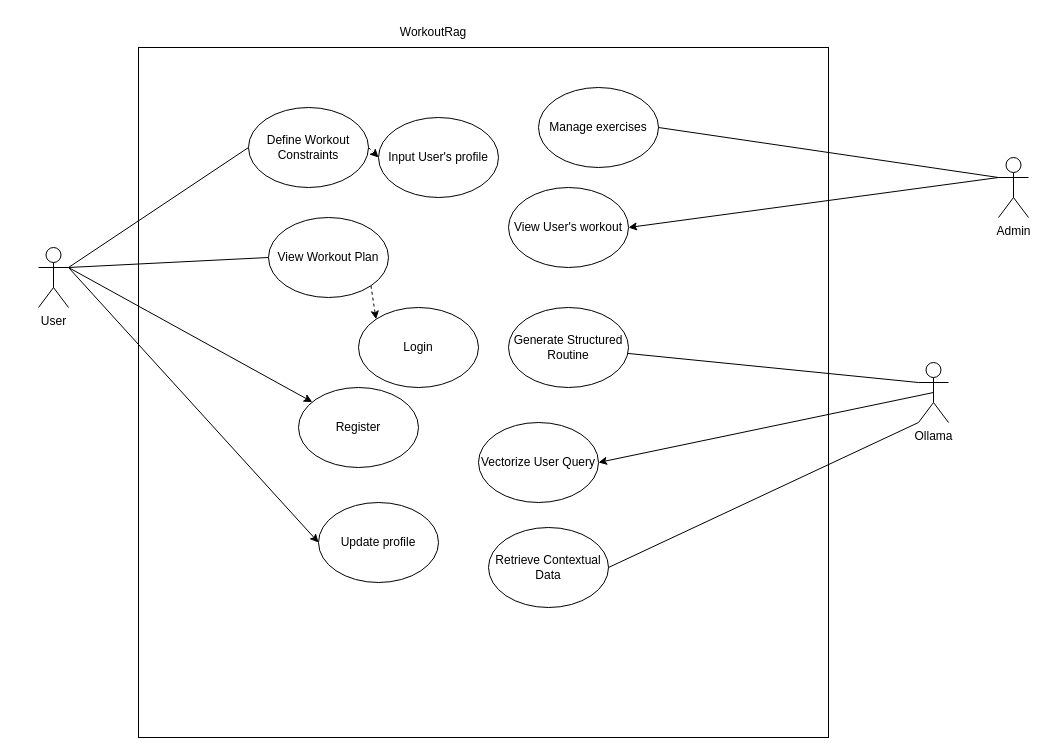
This is page "Usecase diagram" (1 of 5) of Diagram/Untitled Diagram.drawio from hieucao2404/WorkoutRag, a draw.io file, before an edit. Source tidied: cells renumbered, new cells numbered last; positions are measured from the earlier drawing's top-left corner, leaving out a move shared by most shapes. Both pictures are drawn from the tidied source at 100%, with x=0, y=0 at pixel (38, 17).
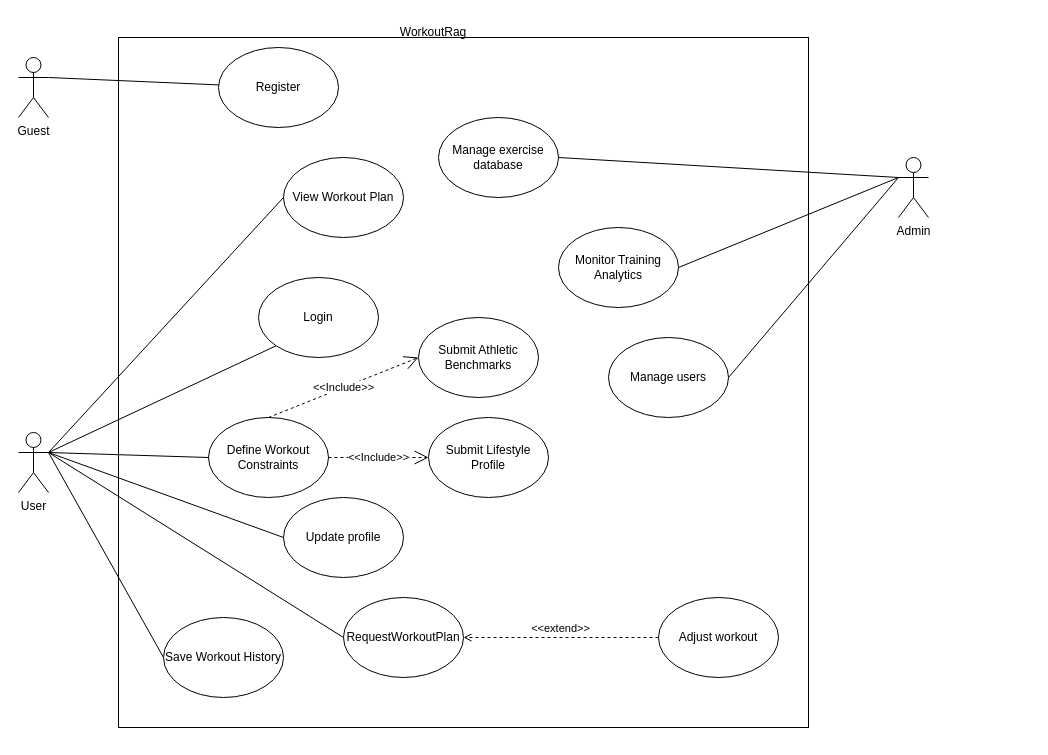
Above is the later version.

Diff of the diagram source:
```diff
@@
     <mxCell id="2" style="whiteSpace=wrap;html=1;" parent="1" vertex="1">
-      <mxGeometry x="100" y="30" width="690" height="690" as="geometry" />
+      <mxGeometry x="80" y="20" width="690" height="690" as="geometry" />
     </mxCell>
-    <mxCell id="3" style="rounded=0;jettySize=auto;html=1;exitX=1;exitY=0.3333333333333333;exitDx=0;exitDy=0;exitPerimeter=0;" parent="1" edge="1" source="5" target="25">
-      <mxGeometry relative="1" as="geometry" />
-    </mxCell>
-    <mxCell id="4" style="rounded=0;jettySize=auto;html=1;exitX=1;exitY=0.3333333333333333;exitDx=0;exitDy=0;exitPerimeter=0;entryX=0;entryY=0.5;entryDx=0;entryDy=0;" parent="1" edge="1" source="5" target="27">
+    <mxCell id="4" style="rounded=0;jettySize=auto;html=1;exitX=1;exitY=0.3333333333333333;exitDx=0;exitDy=0;exitPerimeter=0;entryX=0;entryY=0.5;entryDx=0;entryDy=0;endArrow=none;endFill=0;" parent="1" edge="1" source="5" target="27">
       <mxGeometry relative="1" as="geometry" />
     </mxCell>
+    <mxCell id="30" style="rounded=0;jettySize=auto;html=1;exitX=1;exitY=0.3333333333333333;exitDx=0;exitDy=0;exitPerimeter=0;entryX=0;entryY=0.5;entryDx=0;entryDy=0;endArrow=none;endFill=0;" parent="1" edge="1" source="5" target="35">
+      <mxGeometry relative="1" as="geometry" />
+    </mxCell>
+    <mxCell id="31" style="rounded=0;jettySize=auto;html=1;exitX=1;exitY=0.3333333333333333;exitDx=0;exitDy=0;exitPerimeter=0;entryX=0;entryY=1;entryDx=0;entryDy=0;endArrow=none;endFill=0;" parent="1" edge="1" source="5" target="26">
+      <mxGeometry relative="1" as="geometry" />
+    </mxCell>
+    <mxCell id="32" style="rounded=0;jettySize=auto;html=1;exitX=1;exitY=0.3333333333333333;exitDx=0;exitDy=0;exitPerimeter=0;entryX=0;entryY=0.5;entryDx=0;entryDy=0;endArrow=none;endFill=0;" parent="1" edge="1" source="5" target="34">
+      <mxGeometry relative="1" as="geometry" />
+    </mxCell>
     <mxCell id="5" value="User&lt;div&gt;&lt;br&gt;&lt;/div&gt;" style="shape=umlActor;verticalLabelPosition=bottom;verticalAlign=top;html=1;outlineConnect=0;" parent="1" vertex="1">
-      <mxGeometry y="230" width="30" height="60" as="geometry" />
+      <mxGeometry x="-20" y="415" width="30" height="60" as="geometry" />
     </mxCell>
-    <mxCell id="6" style="rounded=0;jettySize=auto;html=1;exitX=1;exitY=0.5;exitDx=0;exitDy=0;entryX=0;entryY=0.5;entryDx=0;entryDy=0;dashed=1;" parent="1" edge="1" source="7" target="28">
-      <mxGeometry relative="1" as="geometry" />
-    </mxCell>
     <mxCell id="7" value="Define Workout Constraints" style="ellipse;whiteSpace=wrap;html=1;" parent="1" vertex="1">
-      <mxGeometry x="210" y="90" width="120" height="80" as="geometry" />
+      <mxGeometry x="170" y="400" width="120" height="80" as="geometry" />
     </mxCell>
@@
-    <mxCell id="9" style="edgeStyle=orthogonalEdgeStyle;rounded=0;jettySize=auto;html=1;exitX=0;exitY=0.3333333333333333;exitDx=0;exitDy=0;exitPerimeter=0;" parent="1" edge="1" source="11">
-      <mxGeometry relative="1" as="geometry">
-        <mxPoint x="960" y="160" as="targetPoint" />
-      </mxGeometry>
-    </mxCell>
-    <mxCell id="10" style="rounded=0;jettySize=auto;html=1;exitX=0;exitY=0.3333333333333333;exitDx=0;exitDy=0;exitPerimeter=0;entryX=1;entryY=0.5;entryDx=0;entryDy=0;" parent="1" edge="1" source="11" target="29">
+    <mxCell id="10" style="rounded=0;jettySize=auto;html=1;exitX=0;exitY=0.3333333333333333;exitDx=0;exitDy=0;exitPerimeter=0;entryX=1;entryY=0.5;entryDx=0;entryDy=0;endArrow=none;endFill=0;" parent="1" edge="1" source="11" target="29">
       <mxGeometry relative="1" as="geometry" />
     </mxCell>
+    <mxCell id="33" style="rounded=0;jettySize=auto;html=1;exitX=0;exitY=0.3333333333333333;exitDx=0;exitDy=0;exitPerimeter=0;entryX=1;entryY=0.5;entryDx=0;entryDy=0;endArrow=none;endFill=0;" parent="1" edge="1" source="11" target="38">
+      <mxGeometry relative="1" as="geometry" />
+    </mxCell>
     <mxCell id="11" value="Admin" style="shape=umlActor;verticalLabelPosition=bottom;verticalAlign=top;html=1;outlineConnect=0;" parent="1" vertex="1">
-      <mxGeometry x="960" y="140" width="30" height="60" as="geometry" />
+      <mxGeometry x="860" y="140" width="30" height="60" as="geometry" />
     </mxCell>
-    <mxCell id="12" style="rounded=0;jettySize=auto;html=1;exitX=0.5;exitY=0.5;exitDx=0;exitDy=0;exitPerimeter=0;entryX=1;entryY=0.5;entryDx=0;entryDy=0;" parent="1" edge="1" source="13" target="19">
-      <mxGeometry relative="1" as="geometry" />
-    </mxCell>
-    <mxCell id="13" value="Ollama" style="shape=umlActor;verticalLabelPosition=bottom;verticalAlign=top;html=1;outlineConnect=0;" parent="1" vertex="1">
-      <mxGeometry x="880" y="345" width="30" height="60" as="geometry" />
-    </mxCell>
-    <mxCell id="14" value="Manage exercises" style="ellipse;whiteSpace=wrap;html=1;" parent="1" vertex="1">
-      <mxGeometry x="500" y="70" width="120" height="80" as="geometry" />
+    <mxCell id="14" value="Manage exercise database" style="ellipse;whiteSpace=wrap;html=1;" parent="1" vertex="1">
+      <mxGeometry x="400" y="100" width="120" height="80" as="geometry" />
     </mxCell>
-    <mxCell id="15" value="Retrieve Contextual Data" style="ellipse;whiteSpace=wrap;html=1;" parent="1" vertex="1">
-      <mxGeometry x="450" y="510" width="120" height="80" as="geometry" />
-    </mxCell>
-    <mxCell id="16" value="Generate Structured Routine" style="ellipse;whiteSpace=wrap;html=1;" parent="1" vertex="1">
-      <mxGeometry x="470" y="290" width="120" height="80" as="geometry" />
-    </mxCell>
-    <mxCell id="17" style="rounded=0;jettySize=auto;html=1;exitX=1;exitY=1;exitDx=0;exitDy=0;entryX=0;entryY=0;entryDx=0;entryDy=0;dashed=1;" parent="1" edge="1" source="18" target="26">
-      <mxGeometry relative="1" as="geometry" />
-    </mxCell>
     <mxCell id="18" value="View Workout Plan" style="ellipse;whiteSpace=wrap;html=1;" parent="1" vertex="1">
-      <mxGeometry x="230" y="200" width="120" height="80" as="geometry" />
+      <mxGeometry x="245" y="140" width="120" height="80" as="geometry" />
     </mxCell>
-    <mxCell id="19" value="Vectorize User Query" style="ellipse;whiteSpace=wrap;html=1;" parent="1" vertex="1">
-      <mxGeometry x="440" y="405" width="120" height="80" as="geometry" />
-    </mxCell>
-    <mxCell id="20" style="endArrow=none;html=1;rounded=0;exitX=0;exitY=0.3333333333333333;exitDx=0;exitDy=0;exitPerimeter=0;" parent="1" edge="1" source="13" target="16">
-      <mxGeometry relative="1" as="geometry" />
-    </mxCell>
-    <mxCell id="21" style="endArrow=none;html=1;rounded=0;exitX=0;exitY=1;exitDx=0;exitDy=0;exitPerimeter=0;entryX=1;entryY=0.5;entryDx=0;entryDy=0;" parent="1" edge="1" source="13" target="15">
-      <mxGeometry relative="1" as="geometry" />
-    </mxCell>
@@
     <mxCell id="25" value="Register" style="ellipse;whiteSpace=wrap;html=1;" parent="1" vertex="1">
-      <mxGeometry x="260" y="370" width="120" height="80" as="geometry" />
+      <mxGeometry x="180" y="30" width="120" height="80" as="geometry" />
     </mxCell>
     <mxCell id="26" value="Login" style="ellipse;whiteSpace=wrap;html=1;" parent="1" vertex="1">
-      <mxGeometry x="320" y="290" width="120" height="80" as="geometry" />
+      <mxGeometry x="220" y="260" width="120" height="80" as="geometry" />
     </mxCell>
     <mxCell id="27" value="Update profile" style="ellipse;whiteSpace=wrap;html=1;" parent="1" vertex="1">
-      <mxGeometry x="280" y="485" width="120" height="80" as="geometry" />
+      <mxGeometry x="245" y="480" width="120" height="80" as="geometry" />
     </mxCell>
-    <mxCell id="28" value="Input User's profile" style="ellipse;whiteSpace=wrap;html=1;" parent="1" vertex="1">
-      <mxGeometry x="340" y="100" width="120" height="80" as="geometry" />
+    <mxCell id="28" value="Submit Athletic Benchmarks" style="ellipse;whiteSpace=wrap;html=1;" parent="1" vertex="1">
+      <mxGeometry x="380" y="300" width="120" height="80" as="geometry" />
     </mxCell>
-    <mxCell id="29" value="View User's workout" style="ellipse;whiteSpace=wrap;html=1;" parent="1" vertex="1">
-      <mxGeometry x="470" y="170" width="120" height="80" as="geometry" />
+    <mxCell id="29" value="Monitor Training Analytics" style="ellipse;whiteSpace=wrap;html=1;" parent="1" vertex="1">
+      <mxGeometry x="520" y="210" width="120" height="80" as="geometry" />
     </mxCell>
+    <mxCell id="34" value="RequestWorkoutPlan" style="ellipse;whiteSpace=wrap;html=1;" parent="1" vertex="1">
+      <mxGeometry x="305" y="580" width="120" height="80" as="geometry" />
+    </mxCell>
+    <mxCell id="35" value="Save Workout History" style="ellipse;whiteSpace=wrap;html=1;" parent="1" vertex="1">
+      <mxGeometry x="125" y="600" width="120" height="80" as="geometry" />
+    </mxCell>
+    <mxCell id="36" style="rounded=0;jettySize=auto;html=1;exitX=1;exitY=0.3333333333333333;exitDx=0;exitDy=0;exitPerimeter=0;endArrow=none;endFill=0;" parent="1" edge="1" source="37" target="25">
+      <mxGeometry relative="1" as="geometry" />
+    </mxCell>
+    <mxCell id="37" value="Guest&lt;div&gt;&lt;br&gt;&lt;/div&gt;" style="shape=umlActor;verticalLabelPosition=bottom;verticalAlign=top;html=1;" parent="1" vertex="1">
+      <mxGeometry x="-20" y="40" width="30" height="60" as="geometry" />
+    </mxCell>
+    <mxCell id="38" value="Manage users" style="ellipse;whiteSpace=wrap;html=1;" parent="1" vertex="1">
+      <mxGeometry x="570" y="320" width="120" height="80" as="geometry" />
+    </mxCell>
+    <mxCell id="6" value="&amp;lt;&amp;lt;Include&amp;gt;&amp;gt;" style="endArrow=open;endSize=12;dashed=1;html=1;rounded=0;exitX=0.5;exitY=0;exitDx=0;exitDy=0;entryX=0;entryY=0.5;entryDx=0;entryDy=0;" parent="1" edge="1" source="7" target="28">
+      <mxGeometry relative="1" as="geometry" />
+    </mxCell>
+    <mxCell id="39" value="Submit Lifestyle Profile" style="ellipse;whiteSpace=wrap;html=1;" parent="1" vertex="1">
+      <mxGeometry x="390" y="400" width="120" height="80" as="geometry" />
+    </mxCell>
+    <mxCell id="40" value="&amp;lt;&amp;lt;Include&amp;gt;&amp;gt;" style="endArrow=open;endSize=12;dashed=1;html=1;rounded=0;exitX=1;exitY=0.5;exitDx=0;exitDy=0;entryX=0;entryY=0.5;entryDx=0;entryDy=0;" parent="1" edge="1" source="7" target="39">
+      <mxGeometry relative="1" as="geometry" />
+    </mxCell>
+    <mxCell id="41" value="&amp;lt;&amp;lt;extend&amp;gt;&amp;gt;" style="html=1;verticalAlign=bottom;labelBackgroundColor=none;endArrow=open;endFill=0;dashed=1;rounded=0;exitX=0;exitY=0.5;exitDx=0;exitDy=0;entryX=1;entryY=0.5;entryDx=0;entryDy=0;" parent="1" edge="1" source="42" target="34">
+      <mxGeometry relative="1" as="geometry" />
+    </mxCell>
+    <mxCell id="42" value="Adjust workout" style="ellipse;whiteSpace=wrap;html=1;" parent="1" vertex="1">
+      <mxGeometry x="620" y="580" width="120" height="80" as="geometry" />
+    </mxCell>
```
